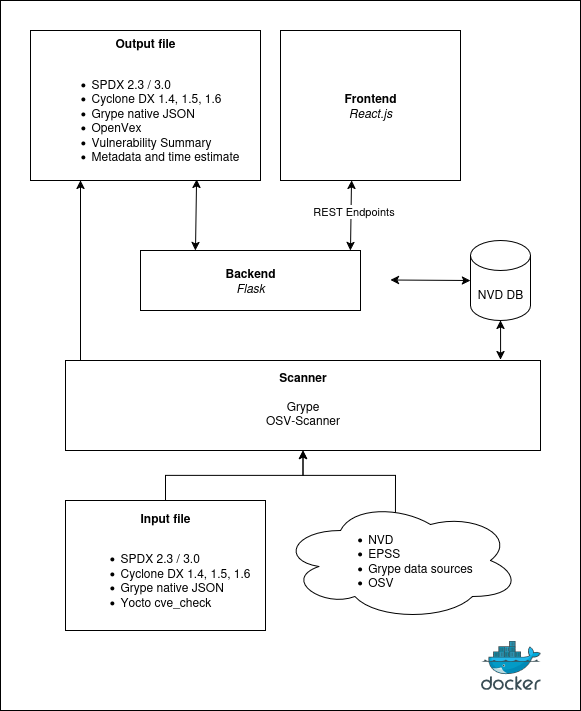
The draw.io diagram doc/diagrams/architecture.png in savoirfairelinux/vulnscout, before a commit. Source tidied: cells renumbered, new cells last; positions are measured from the earlier drawing's top-left corner, leaving out a move shared by most shapes. Source of this version:
```xml
<mxGraphModel>
  <root>
    <mxCell id="0" />
    <mxCell id="1" parent="0" />
    <mxCell id="2" style="rounded=0;whiteSpace=wrap;html=1;" parent="1" vertex="1">
      <mxGeometry width="580" height="710" as="geometry" />
    </mxCell>
    <mxCell id="3" style="edgeStyle=orthogonalEdgeStyle;rounded=0;jettySize=auto;html=1;" parent="1" edge="1" source="4" target="11">
      <mxGeometry relative="1" as="geometry" />
    </mxCell>
    <mxCell id="4" value="&lt;b&gt;Input file&lt;/b&gt;&lt;br&gt;&lt;div&gt;&lt;br&gt;&lt;/div&gt;&lt;div align=&quot;left&quot;&gt;&lt;ul&gt;&lt;li&gt;SPDX 2.3 / 3.0&lt;/li&gt;&lt;li&gt;Cyclone DX 1.4, 1.5, 1.6&lt;/li&gt;&lt;li&gt;Grype native JSON&lt;/li&gt;&lt;li&gt;Yocto cve_check&lt;/li&gt;&lt;/ul&gt;&lt;/div&gt;" style="rounded=0;whiteSpace=wrap;html=1;" parent="1" vertex="1">
      <mxGeometry x="65" y="500" width="200" height="130" as="geometry" />
    </mxCell>
    <mxCell id="5" value="&lt;b&gt;Output file&lt;/b&gt;&lt;br&gt;&lt;div&gt;&lt;br&gt;&lt;div align=&quot;left&quot;&gt;&lt;ul&gt;&lt;li&gt;&lt;div&gt;SPDX 2.3 / 3.0&lt;/div&gt;&lt;/li&gt;&lt;li&gt;&lt;div&gt;Cyclone DX 1.4, 1.5, 1.6&lt;/div&gt;&lt;/li&gt;&lt;li&gt;&lt;div&gt;Grype native JSON&lt;/div&gt;&lt;/li&gt;&lt;li&gt;OpenVex&lt;/li&gt;&lt;li&gt;Vulnerability Summary&lt;/li&gt;&lt;li&gt;Metadata and time estimate&lt;/li&gt;&lt;/ul&gt;&lt;/div&gt;&lt;/div&gt;" style="rounded=0;whiteSpace=wrap;html=1;" parent="1" vertex="1">
      <mxGeometry x="30" y="30" width="230" height="150" as="geometry" />
    </mxCell>
    <mxCell id="6" value="&lt;b&gt;Backend&lt;/b&gt;&lt;i&gt;&lt;br&gt;Flask&lt;/i&gt;" style="rounded=0;whiteSpace=wrap;html=1;" parent="1" vertex="1">
      <mxGeometry x="140" y="250" width="220" height="60" as="geometry" />
    </mxCell>
    <mxCell id="7" value="&lt;b&gt;Frontend&lt;/b&gt;&lt;br&gt;&lt;i&gt;React.js&lt;/i&gt;" style="rounded=0;whiteSpace=wrap;html=1;" parent="1" vertex="1">
      <mxGeometry x="280" y="30" width="180" height="150" as="geometry" />
    </mxCell>
    <mxCell id="8" style="endArrow=classic;startArrow=classic;html=1;rounded=0;entryX=0.652;entryY=1;entryDx=0;entryDy=0;entryPerimeter=0;exitX=0.627;exitY=0;exitDx=0;exitDy=0;exitPerimeter=0;" parent="1" edge="1">
      <mxGeometry relative="1" as="geometry">
        <mxPoint x="350" y="250" as="sourcePoint" />
        <mxPoint x="351" y="180" as="targetPoint" />
      </mxGeometry>
    </mxCell>
    <mxCell id="9" value="REST Endpoints" style="edgeLabel;html=1;align=center;verticalAlign=middle;" parent="8" vertex="1">
      <mxGeometry x="0.14" y="-2" relative="1" as="geometry" />
    </mxCell>
    <mxCell id="10" style="edgeStyle=orthogonalEdgeStyle;rounded=0;orthogonalLoop=1;jettySize=auto;html=1;" parent="1" edge="1">
      <mxGeometry relative="1" as="geometry">
        <mxPoint x="80" y="360" as="sourcePoint" />
        <mxPoint x="80" y="180" as="targetPoint" />
        <Array as="points">
          <mxPoint x="80" y="300" />
          <mxPoint x="80" y="300" />
        </Array>
      </mxGeometry>
    </mxCell>
    <mxCell id="11" value="&lt;b&gt;Scanner&lt;/b&gt;&lt;br&gt;&lt;br&gt;Grype&lt;br&gt;OSV-Scanner&lt;div&gt;&lt;br&gt;&lt;/div&gt;" style="rounded=0;whiteSpace=wrap;html=1;" parent="1" vertex="1">
      <mxGeometry x="65" y="360" width="475" height="90" as="geometry" />
    </mxCell>
    <mxCell id="12" style="edgeStyle=orthogonalEdgeStyle;rounded=0;jettySize=auto;html=1;exitX=0.479;exitY=0.133;exitDx=0;exitDy=0;exitPerimeter=0;" parent="1" edge="1" source="13" target="11">
      <mxGeometry relative="1" as="geometry" />
    </mxCell>
    <mxCell id="13" value="&lt;div align=&quot;left&quot;&gt;&lt;ul&gt;&lt;li&gt;NVD&lt;/li&gt;&lt;li&gt;EPSS&lt;/li&gt;&lt;li&gt;Grype data sources&lt;/li&gt;&lt;li&gt;OSV&lt;/li&gt;&lt;/ul&gt;&lt;/div&gt;" style="ellipse;shape=cloud;whiteSpace=wrap;html=1;" parent="1" vertex="1">
      <mxGeometry x="280" y="500" width="240" height="120" as="geometry" />
    </mxCell>
    <mxCell id="14" style="image;sketch=0;html=1;align=center;fontSize=12;image=img/lib/mscae/Docker.svg;" parent="1" vertex="1">
      <mxGeometry x="480" y="640" width="60" height="49.2" as="geometry" />
    </mxCell>
    <mxCell id="15" value="NVD DB" style="shape=cylinder3;whiteSpace=wrap;html=1;boundedLbl=1;backgroundOutline=1;size=15;" parent="1" vertex="1">
      <mxGeometry x="470" y="240" width="60" height="80" as="geometry" />
    </mxCell>
    <mxCell id="16" style="endArrow=classic;startArrow=classic;html=1;rounded=0;entryX=0;entryY=0.5;entryDx=0;entryDy=0;entryPerimeter=0;" parent="1" edge="1" target="15">
      <mxGeometry relative="1" as="geometry">
        <mxPoint x="390" y="279.5" as="sourcePoint" />
      </mxGeometry>
    </mxCell>
    <mxCell id="17" style="endArrow=classic;startArrow=classic;html=1;rounded=0;entryX=0.916;entryY=-0.011;entryDx=0;entryDy=0;entryPerimeter=0;" parent="1" edge="1" source="15" target="11">
      <mxGeometry relative="1" as="geometry" />
    </mxCell>
    <mxCell id="18" style="endArrow=classic;startArrow=classic;html=1;rounded=0;entryX=0.25;entryY=0;entryDx=0;entryDy=0;exitX=0.722;exitY=0.993;exitDx=0;exitDy=0;exitPerimeter=0;" parent="1" edge="1" source="5" target="6">
      <mxGeometry relative="1" as="geometry" />
    </mxCell>
  </root>
</mxGraphModel>
```
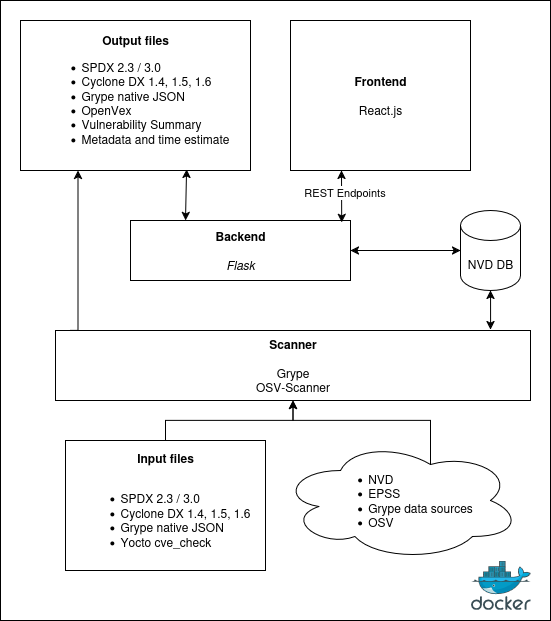
Above is the later version.

What changed in the source:
```diff
@@ -3,61 +3,57 @@
     <mxCell id="0" />
     <mxCell id="1" parent="0" />
     <mxCell id="2" style="rounded=0;whiteSpace=wrap;html=1;" parent="1" vertex="1">
-      <mxGeometry width="580" height="710" as="geometry" />
+      <mxGeometry x="410" y="-10" width="550" height="620" as="geometry" />
     </mxCell>
     <mxCell id="3" style="edgeStyle=orthogonalEdgeStyle;rounded=0;jettySize=auto;html=1;" parent="1" edge="1" source="4" target="11">
       <mxGeometry relative="1" as="geometry" />
     </mxCell>
-    <mxCell id="4" value="&lt;b&gt;Input file&lt;/b&gt;&lt;br&gt;&lt;div&gt;&lt;br&gt;&lt;/div&gt;&lt;div align=&quot;left&quot;&gt;&lt;ul&gt;&lt;li&gt;SPDX 2.3 / 3.0&lt;/li&gt;&lt;li&gt;Cyclone DX 1.4, 1.5, 1.6&lt;/li&gt;&lt;li&gt;Grype native JSON&lt;/li&gt;&lt;li&gt;Yocto cve_check&lt;/li&gt;&lt;/ul&gt;&lt;/div&gt;" style="rounded=0;whiteSpace=wrap;html=1;" parent="1" vertex="1">
-      <mxGeometry x="65" y="500" width="200" height="130" as="geometry" />
+    <mxCell id="4" value="&lt;b&gt;Input files&lt;/b&gt;&lt;div&gt;&lt;br&gt;&lt;/div&gt;&lt;div align=&quot;left&quot;&gt;&lt;ul&gt;&lt;li&gt;SPDX 2.3 / 3.0&lt;/li&gt;&lt;li&gt;Cyclone DX 1.4, 1.5, 1.6&lt;/li&gt;&lt;li&gt;Grype native JSON&lt;/li&gt;&lt;li&gt;Yocto cve_check&lt;/li&gt;&lt;/ul&gt;&lt;/div&gt;" style="rounded=0;whiteSpace=wrap;html=1;" parent="1" vertex="1">
+      <mxGeometry x="475" y="430" width="200" height="130" as="geometry" />
     </mxCell>
-    <mxCell id="5" value="&lt;b&gt;Output file&lt;/b&gt;&lt;br&gt;&lt;div&gt;&lt;br&gt;&lt;div align=&quot;left&quot;&gt;&lt;ul&gt;&lt;li&gt;&lt;div&gt;SPDX 2.3 / 3.0&lt;/div&gt;&lt;/li&gt;&lt;li&gt;&lt;div&gt;Cyclone DX 1.4, 1.5, 1.6&lt;/div&gt;&lt;/li&gt;&lt;li&gt;&lt;div&gt;Grype native JSON&lt;/div&gt;&lt;/li&gt;&lt;li&gt;OpenVex&lt;/li&gt;&lt;li&gt;Vulnerability Summary&lt;/li&gt;&lt;li&gt;Metadata and time estimate&lt;/li&gt;&lt;/ul&gt;&lt;/div&gt;&lt;/div&gt;" style="rounded=0;whiteSpace=wrap;html=1;" parent="1" vertex="1">
-      <mxGeometry x="30" y="30" width="230" height="150" as="geometry" />
+    <mxCell id="5" value="&lt;b&gt;Output files&lt;/b&gt;&lt;div&gt;&lt;div align=&quot;left&quot;&gt;&lt;ul&gt;&lt;li&gt;&lt;div&gt;SPDX 2.3 / 3.0&lt;/div&gt;&lt;/li&gt;&lt;li&gt;&lt;div&gt;Cyclone DX 1.4, 1.5, 1.6&lt;/div&gt;&lt;/li&gt;&lt;li&gt;&lt;div&gt;Grype native JSON&lt;/div&gt;&lt;/li&gt;&lt;li&gt;OpenVex&lt;/li&gt;&lt;li&gt;Vulnerability Summary&lt;/li&gt;&lt;li&gt;Metadata and time estimate&lt;/li&gt;&lt;/ul&gt;&lt;/div&gt;&lt;/div&gt;" style="rounded=0;whiteSpace=wrap;html=1;" parent="1" vertex="1">
+      <mxGeometry x="430" y="10" width="230" height="150" as="geometry" />
     </mxCell>
-    <mxCell id="6" value="&lt;b&gt;Backend&lt;/b&gt;&lt;i&gt;&lt;br&gt;Flask&lt;/i&gt;" style="rounded=0;whiteSpace=wrap;html=1;" parent="1" vertex="1">
-      <mxGeometry x="140" y="250" width="220" height="60" as="geometry" />
+    <mxCell id="6" value="&lt;div&gt;&lt;b&gt;Backend&lt;/b&gt;&lt;/div&gt;&lt;div&gt;&lt;b&gt;&lt;br&gt;&lt;/b&gt;&lt;/div&gt;&lt;i&gt;Flask&lt;/i&gt;" style="rounded=0;whiteSpace=wrap;html=1;" parent="1" vertex="1">
+      <mxGeometry x="540" y="210" width="220" height="60" as="geometry" />
     </mxCell>
-    <mxCell id="7" value="&lt;b&gt;Frontend&lt;/b&gt;&lt;br&gt;&lt;i&gt;React.js&lt;/i&gt;" style="rounded=0;whiteSpace=wrap;html=1;" parent="1" vertex="1">
-      <mxGeometry x="280" y="30" width="180" height="150" as="geometry" />
+    <mxCell id="7" value="&lt;div&gt;&lt;b&gt;Frontend&lt;/b&gt;&lt;/div&gt;&lt;div&gt;&lt;b&gt;&lt;br&gt;&lt;/b&gt;&lt;/div&gt;React.js" style="rounded=0;whiteSpace=wrap;html=1;" parent="1" vertex="1">
+      <mxGeometry x="700" y="10" width="180" height="150" as="geometry" />
     </mxCell>
-    <mxCell id="8" style="endArrow=classic;startArrow=classic;html=1;rounded=0;entryX=0.652;entryY=1;entryDx=0;entryDy=0;entryPerimeter=0;exitX=0.627;exitY=0;exitDx=0;exitDy=0;exitPerimeter=0;" parent="1" edge="1">
+    <mxCell id="8" style="endArrow=classic;startArrow=classic;html=1;rounded=0;exitX=0.96;exitY=0.033;exitDx=0;exitDy=0;exitPerimeter=0;" parent="1" edge="1" source="6">
       <mxGeometry relative="1" as="geometry">
-        <mxPoint x="350" y="250" as="sourcePoint" />
-        <mxPoint x="351" y="180" as="targetPoint" />
+        <mxPoint x="751" y="160" as="targetPoint" />
       </mxGeometry>
     </mxCell>
     <mxCell id="9" value="REST Endpoints" style="edgeLabel;html=1;align=center;verticalAlign=middle;" parent="8" vertex="1">
       <mxGeometry x="0.14" y="-2" relative="1" as="geometry" />
     </mxCell>
-    <mxCell id="10" style="edgeStyle=orthogonalEdgeStyle;rounded=0;orthogonalLoop=1;jettySize=auto;html=1;" parent="1" edge="1">
+    <mxCell id="10" style="edgeStyle=orthogonalEdgeStyle;rounded=0;jettySize=auto;html=1;entryX=0.25;entryY=1;entryDx=0;entryDy=0;" parent="1" edge="1" target="5">
       <mxGeometry relative="1" as="geometry">
-        <mxPoint x="80" y="360" as="sourcePoint" />
-        <mxPoint x="80" y="180" as="targetPoint" />
+        <mxPoint x="480" y="320" as="sourcePoint" />
         <Array as="points">
-          <mxPoint x="80" y="300" />
-          <mxPoint x="80" y="300" />
+          <mxPoint x="488" y="320" />
+          <mxPoint x="488" y="160" />
         </Array>
       </mxGeometry>
     </mxCell>
-    <mxCell id="11" value="&lt;b&gt;Scanner&lt;/b&gt;&lt;br&gt;&lt;br&gt;Grype&lt;br&gt;OSV-Scanner&lt;div&gt;&lt;br&gt;&lt;/div&gt;" style="rounded=0;whiteSpace=wrap;html=1;" parent="1" vertex="1">
-      <mxGeometry x="65" y="360" width="475" height="90" as="geometry" />
+    <mxCell id="11" value="&lt;b&gt;Scanner&lt;/b&gt;&lt;br&gt;&lt;br&gt;Grype&lt;br&gt;OSV-Scanner" style="rounded=0;whiteSpace=wrap;html=1;" parent="1" vertex="1">
+      <mxGeometry x="465" y="320" width="475" height="70" as="geometry" />
     </mxCell>
-    <mxCell id="12" style="edgeStyle=orthogonalEdgeStyle;rounded=0;jettySize=auto;html=1;exitX=0.479;exitY=0.133;exitDx=0;exitDy=0;exitPerimeter=0;" parent="1" edge="1" source="13" target="11">
+    <mxCell id="12" style="edgeStyle=orthogonalEdgeStyle;rounded=0;jettySize=auto;html=1;exitX=0.625;exitY=0.2;exitDx=0;exitDy=0;exitPerimeter=0;" parent="1" edge="1" source="13" target="11">
       <mxGeometry relative="1" as="geometry" />
     </mxCell>
     <mxCell id="13" value="&lt;div align=&quot;left&quot;&gt;&lt;ul&gt;&lt;li&gt;NVD&lt;/li&gt;&lt;li&gt;EPSS&lt;/li&gt;&lt;li&gt;Grype data sources&lt;/li&gt;&lt;li&gt;OSV&lt;/li&gt;&lt;/ul&gt;&lt;/div&gt;" style="ellipse;shape=cloud;whiteSpace=wrap;html=1;" parent="1" vertex="1">
-      <mxGeometry x="280" y="500" width="240" height="120" as="geometry" />
+      <mxGeometry x="690" y="430" width="240" height="120" as="geometry" />
     </mxCell>
     <mxCell id="14" style="image;sketch=0;html=1;align=center;fontSize=12;image=img/lib/mscae/Docker.svg;" parent="1" vertex="1">
-      <mxGeometry x="480" y="640" width="60" height="49.2" as="geometry" />
+      <mxGeometry x="880" y="550" width="60" height="49.2" as="geometry" />
     </mxCell>
     <mxCell id="15" value="NVD DB" style="shape=cylinder3;whiteSpace=wrap;html=1;boundedLbl=1;backgroundOutline=1;size=15;" parent="1" vertex="1">
-      <mxGeometry x="470" y="240" width="60" height="80" as="geometry" />
+      <mxGeometry x="870" y="200" width="60" height="80" as="geometry" />
     </mxCell>
-    <mxCell id="16" style="endArrow=classic;startArrow=classic;html=1;rounded=0;entryX=0;entryY=0.5;entryDx=0;entryDy=0;entryPerimeter=0;" parent="1" edge="1" target="15">
-      <mxGeometry relative="1" as="geometry">
-        <mxPoint x="390" y="279.5" as="sourcePoint" />
-      </mxGeometry>
+    <mxCell id="16" style="endArrow=classic;startArrow=classic;html=1;rounded=0;entryX=0;entryY=0.5;entryDx=0;entryDy=0;entryPerimeter=0;exitX=1;exitY=0.5;exitDx=0;exitDy=0;" parent="1" edge="1" source="6" target="15">
+      <mxGeometry relative="1" as="geometry" />
     </mxCell>
     <mxCell id="17" style="endArrow=classic;startArrow=classic;html=1;rounded=0;entryX=0.916;entryY=-0.011;entryDx=0;entryDy=0;entryPerimeter=0;" parent="1" edge="1" source="15" target="11">
       <mxGeometry relative="1" as="geometry" />
```
